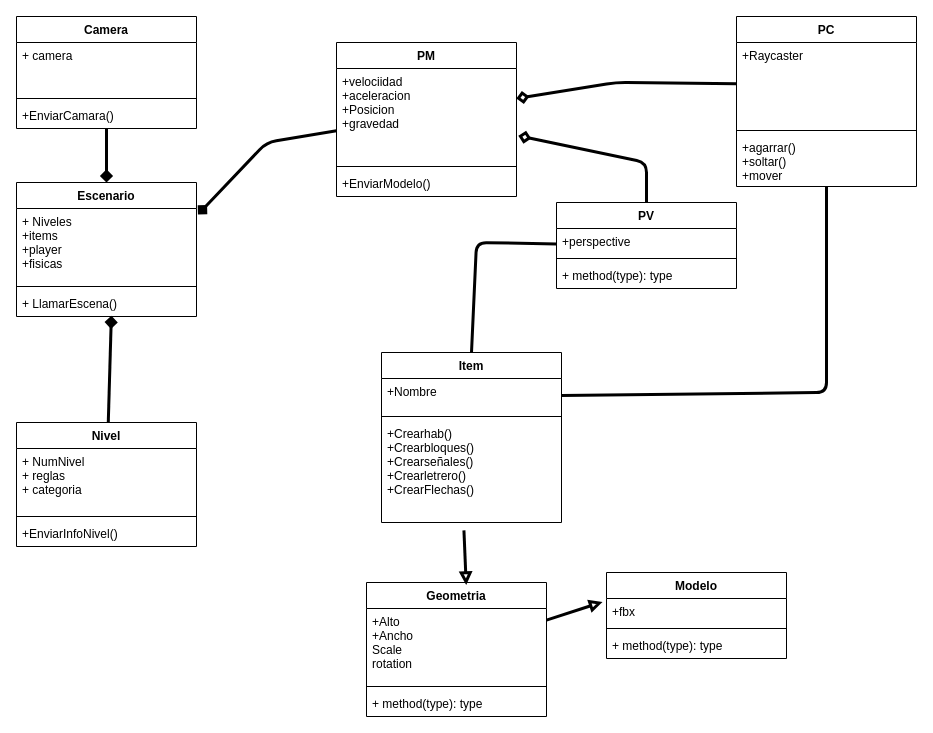
Before: diagrama_uml/work.drawio in sebas64mil/proyecto_realidadvirtual, a draw.io diagram. Source tidied: cells renumbered, new cells numbered last; positions are measured from the earlier drawing's top-left corner, leaving out a move shared by most shapes. Both pictures are drawn from the tidied source at 100%, with x=0, y=0 at pixel (16, 16).
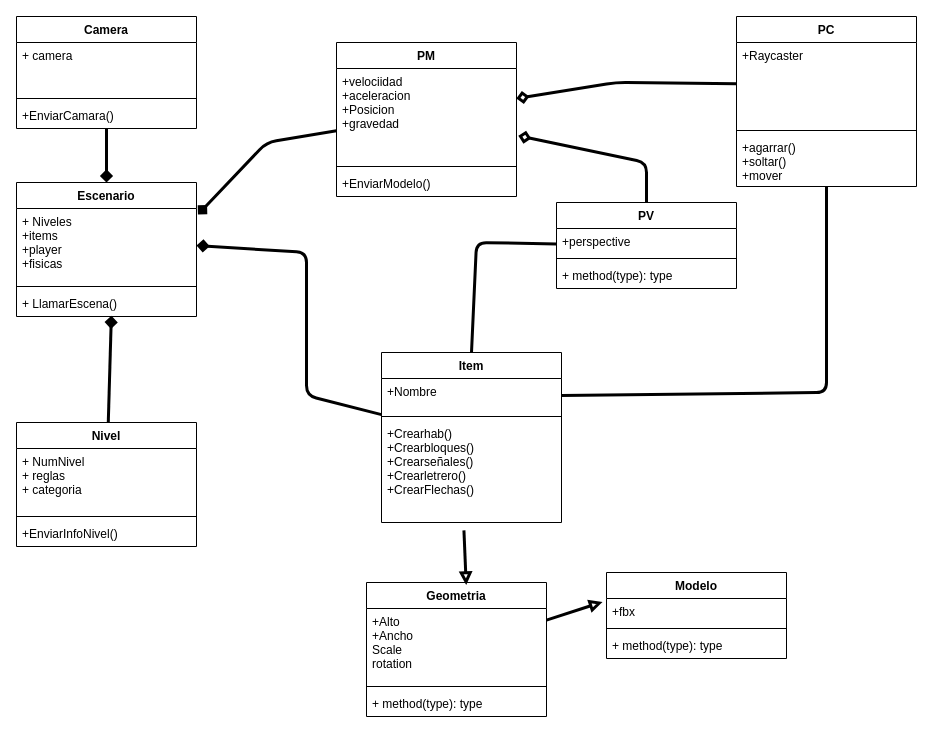
The same page after the edit.

Commit message:
regreso_cambio

Unchanged cells that the change refers to:
```xml
<mxCell id="3" value="+ Niveles&#10;+items&#10;+player&#10;+fisicas&#10;" style="text;strokeColor=none;fillColor=none;align=left;verticalAlign=top;spacingLeft=4;spacingRight=4;overflow=hidden;points=[[0,0.5],[1,0.5]];portConstraint=eastwest;" parent="2" vertex="1">
  <mxGeometry y="26" width="180" height="74" as="geometry" />
</mxCell>
<mxCell id="31" value="Item" style="swimlane;fontStyle=1;align=center;verticalAlign=top;horizontal=1;startSize=26;" parent="1" vertex="1">
  <mxGeometry x="365" y="336" width="180" height="170" as="geometry" />
</mxCell>
```

The edit, as a diff of the source:
```diff
@@
+    <mxCell id="47" style="edgeStyle=none;html=1;entryX=1;entryY=0.5;entryDx=0;entryDy=0;strokeWidth=3;endArrow=diamond;endFill=1;" parent="1" edge="1" source="31" target="3">
+      <mxGeometry relative="1" as="geometry">
+        <Array as="points">
+          <mxPoint x="290" y="379" />
+          <mxPoint x="290" y="236" />
+        </Array>
+      </mxGeometry>
+    </mxCell>
```
